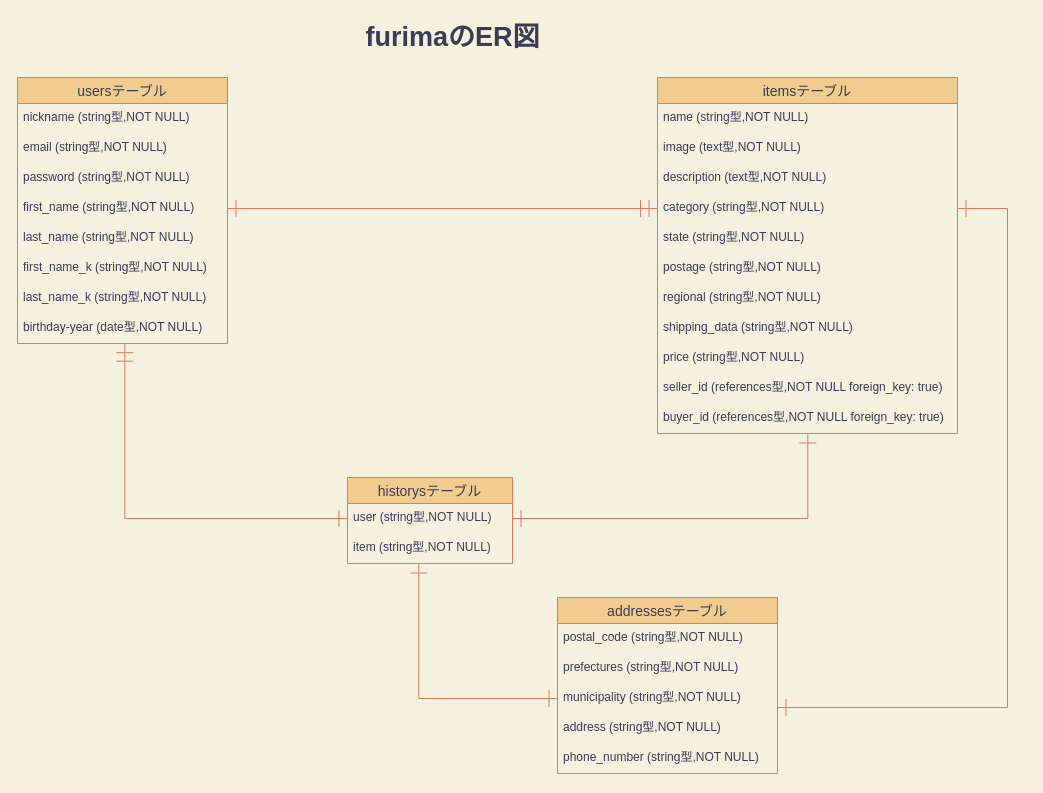
yuya-taniguti/furima-35528 keeps this draw.io diagram as er図.dio. Above is the earlier version. Source tidied: cells renumbered, new cells numbered last; positions are measured from the earlier drawing's top-left corner, leaving out a move shared by most shapes. Both pictures are drawn from the tidied source at 100%, with x=0, y=0 at pixel (17, 17).
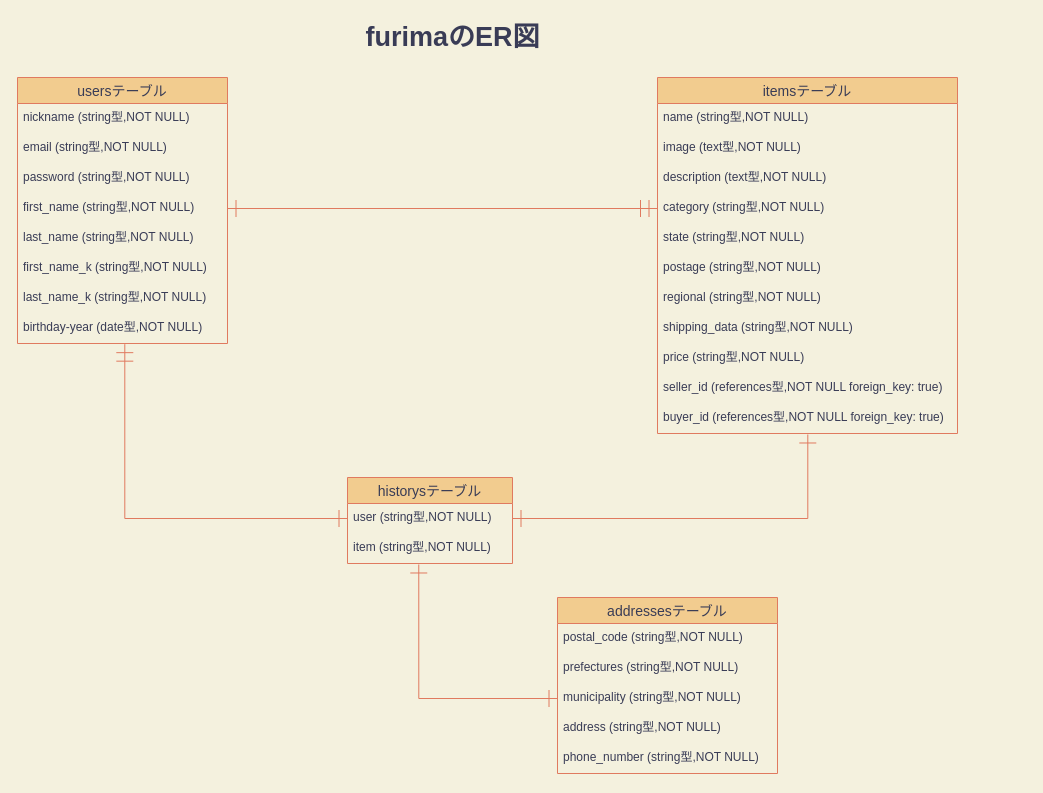
The same diagram, later.

The change refers to these unchanged cells:
```xml
<mxCell id="16" value="category (string型,NOT NULL)" style="text;strokeColor=none;fillColor=none;spacingLeft=4;spacingRight=4;overflow=hidden;points=[[0,0.5],[1,0.5]];portConstraint=eastwest;fontSize=12;fontColor=#393C56;" parent="12" vertex="1">
  <mxGeometry y="116" width="300" height="30" as="geometry" />
</mxCell>
```

Change to the diagram source:
```diff
@@
-    <mxCell id="37" style="edgeStyle=orthogonalEdgeStyle;sketch=0;jettySize=auto;html=1;exitX=1;exitY=0.5;exitDx=0;exitDy=0;strokeColor=#E07A5F;fillColor=#F2CC8F;fontSize=27;fontColor=#393C56;rounded=0;startArrow=ERone;startFill=0;endArrow=ERone;endFill=0;targetPerimeterSpacing=20;sourcePerimeterSpacing=20;endSize=15;startSize=15;" parent="1" edge="1" source="16">
-      <mxGeometry relative="1" as="geometry">
-        <mxPoint x="760" y="690" as="targetPoint" />
-        <Array as="points">
-          <mxPoint x="990" y="191" />
-          <mxPoint x="990" y="690" />
-          <mxPoint x="760" y="690" />
-        </Array>
-      </mxGeometry>
-    </mxCell>
```
